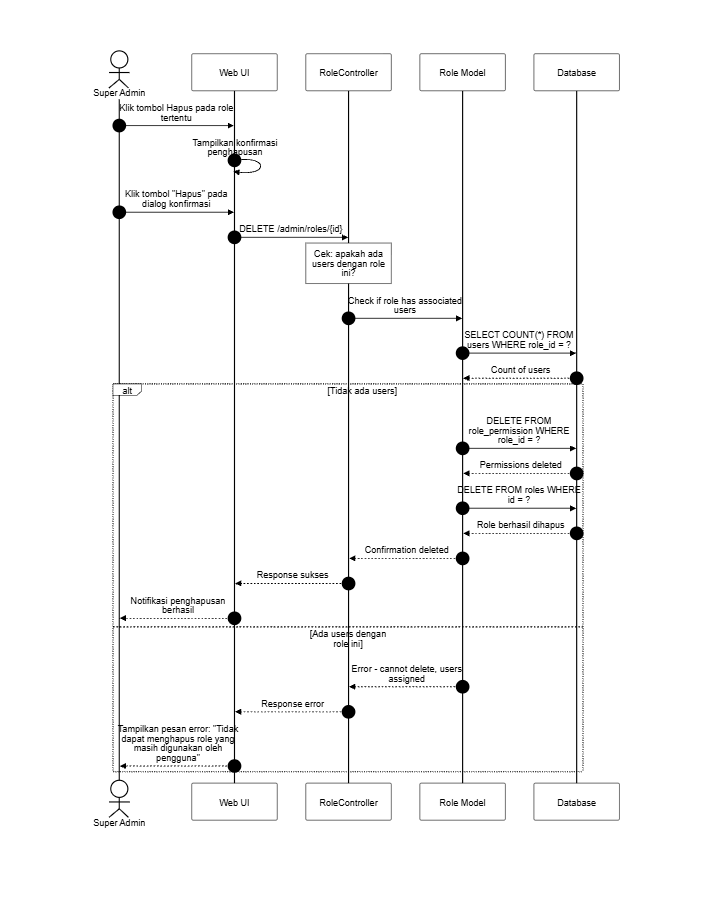
Above: docs/SequenceDiagram/PNG_Transparent/KelolaRole-Delete.png in SulaimanHafi23/SimpegRSHDI (Mermaid), before the change. Its source is kept beside it as docs/SequenceDiagram/KelolaRole-Delete.mermaid. Source of this version:
```mermaid
---
id: KelolaRole-HapusRole
title: Kelola Role - Hapus Role
---
%%{init: {"theme": "base", "themeVariables": {"background": "#dddddd", "primaryColor": "#ffffff", "primaryBorderColor": "#000000", "primaryTextColor": "#000000", "lineColor": "#000000", "textColor": "#000000", "actorBkg": "#ffffff", "actorBorder": "#000000", "actorTextColor": "#000000", "activationBkgColor": "#ffffff", "activationBorderColor": "#000000", "signalColor": "#000000", "signalTextColor": "#000000", "labelBoxBkgColor": "#ffffff", "labelBoxBorderColor": "#000000", "labelTextColor": "#000000", "sequenceNumberColor": "#000000", "noteBkgColor": "#ffffff", "noteBorderColor": "#000000", "noteTextColor": "#000000"}, "sequence": {"useMaxWidth": true, "wrap": true, "messageFontSize": 12, "noteFontSize": 12}}}%%
sequenceDiagram
    autonumber
    actor SA as Super Admin
    participant UI as Web UI
    participant C as RoleController
    participant R as Role Model
    participant DB as Database

    SA->>UI: Klik tombol Hapus pada role tertentu
    UI->>UI: Tampilkan konfirmasi penghapusan
    SA->>UI: Klik tombol "Hapus" pada dialog konfirmasi
    UI->>C: DELETE /admin/roles/{id}
    note over C: Cek: apakah ada users dengan role ini?
    C->>R: Check if role has associated users
    R->>DB: SELECT COUNT(*) FROM users WHERE role_id = ?
    DB-->>R: Count of users
    alt Tidak ada users
        R->>DB: DELETE FROM role_permission WHERE role_id = ?
        DB-->>R: Permissions deleted
        R->>DB: DELETE FROM roles WHERE id = ?
        DB-->>R: Role berhasil dihapus
        R-->>C: Confirmation deleted
        C-->>UI: Response sukses
        UI-->>SA: Notifikasi penghapusan berhasil
    else Ada users dengan role ini
        R-->>C: Error - cannot delete, users assigned
        C-->>UI: Response error
        UI-->>SA: Tampilkan pesan error: "Tidak dapat menghapus role yang masih digunakan oleh pengguna"
    end
```
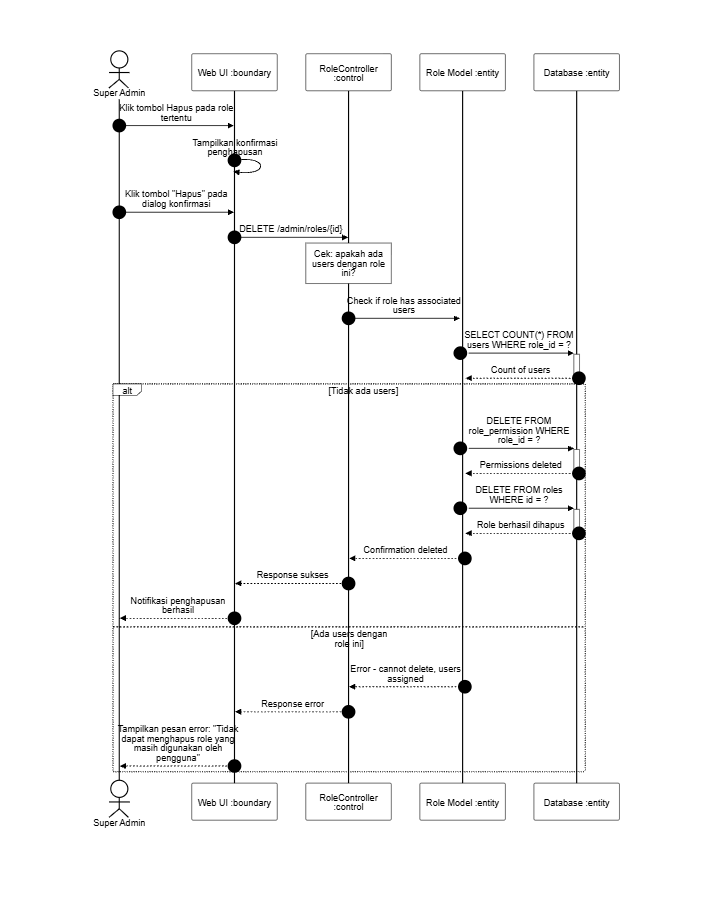
Later version of the same file.

Diff of the diagram source:
```diff
@@ -6,24 +6,24 @@
 sequenceDiagram
     autonumber
     actor SA as Super Admin
-    participant UI as Web UI
-    participant C as RoleController
-    participant R as Role Model
-    participant DB as Database
+    participant UI as Web UI :boundary
+    participant C as RoleController :control
+    participant R as Role Model :entity
+    participant DB as Database :entity
 
     SA->>UI: Klik tombol Hapus pada role tertentu
     UI->>UI: Tampilkan konfirmasi penghapusan
     SA->>UI: Klik tombol "Hapus" pada dialog konfirmasi
     UI->>C: DELETE /admin/roles/{id}
     note over C: Cek: apakah ada users dengan role ini?
-    C->>R: Check if role has associated users
-    R->>DB: SELECT COUNT(*) FROM users WHERE role_id = ?
-    DB-->>R: Count of users
+    C->>+R: Check if role has associated users
+    R->>+DB: SELECT COUNT(*) FROM users WHERE role_id = ?
+    DB-->>-R: Count of users
     alt Tidak ada users
-        R->>DB: DELETE FROM role_permission WHERE role_id = ?
-        DB-->>R: Permissions deleted
-        R->>DB: DELETE FROM roles WHERE id = ?
-        DB-->>R: Role berhasil dihapus
+        R->>+DB: DELETE FROM role_permission WHERE role_id = ?
+        DB-->>-R: Permissions deleted
+        R->>+DB: DELETE FROM roles WHERE id = ?
+        DB-->>-R: Role berhasil dihapus
         R-->>C: Confirmation deleted
         C-->>UI: Response sukses
         UI-->>SA: Notifikasi penghapusan berhasil
```
